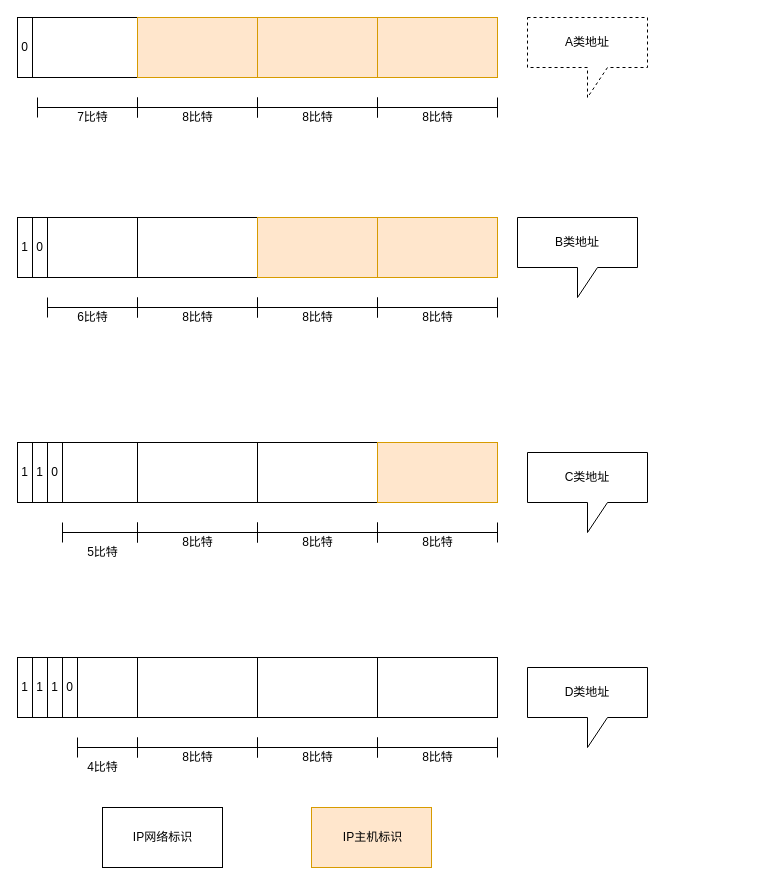
LmyPotato/Image keeps this draw.io diagram as ipType.drawio. Above is the earlier version. Source tidied: cells renumbered, new cells numbered last; positions are measured from the earlier drawing's top-left corner, leaving out a move shared by most shapes. Both pictures are drawn from the tidied source at 100%, with x=0, y=0 at pixel (17, 17).
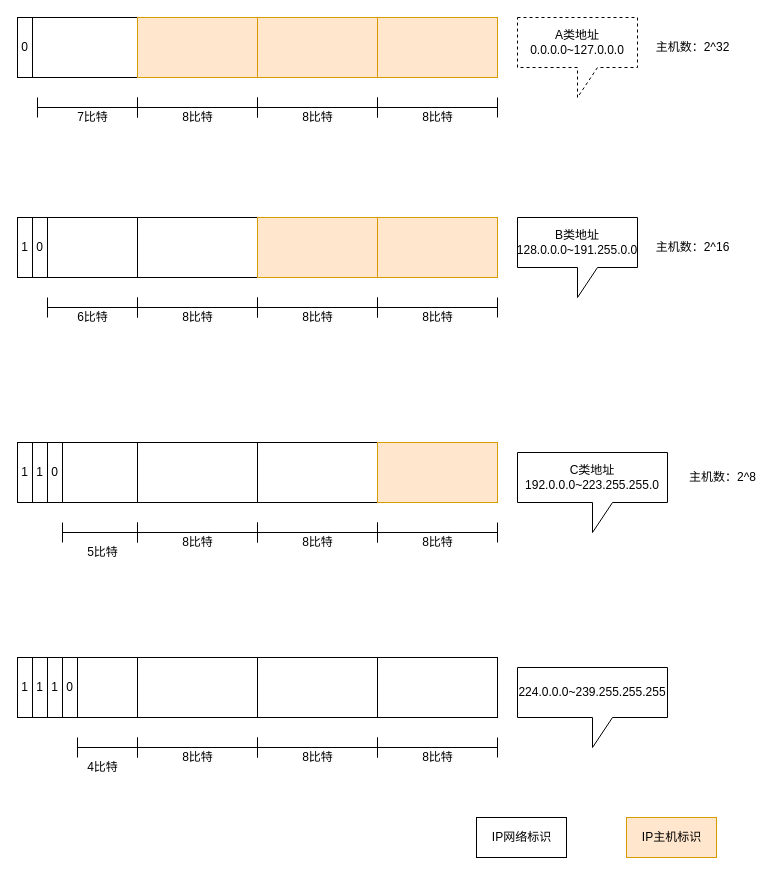
After the change.

The edit, as a diff of the source:
```diff
@@
-    <mxCell id="6" value="A类地址" style="shape=callout;whiteSpace=wrap;html=1;perimeter=calloutPerimeter;dashed=1;" parent="1" vertex="1">
-      <mxGeometry x="510" width="120" height="80" as="geometry" />
+    <mxCell id="6" value="A类地址&lt;br&gt;0.0.0.0~127.0.0.0" style="shape=callout;whiteSpace=wrap;html=1;perimeter=calloutPerimeter;dashed=1;" parent="1" vertex="1">
+      <mxGeometry x="500" width="120" height="80" as="geometry" />
     </mxCell>
@@
-    <mxCell id="30" value="B类地址" style="shape=callout;whiteSpace=wrap;html=1;perimeter=calloutPerimeter;" parent="1" vertex="1">
+    <mxCell id="30" value="B类地址&lt;br&gt;128.0.0.0~191.255.0.0" style="shape=callout;whiteSpace=wrap;html=1;perimeter=calloutPerimeter;" parent="1" vertex="1">
       <mxGeometry x="500" y="200" width="120" height="80" as="geometry" />
     </mxCell>
@@
-    <mxCell id="45" value="C类地址" style="shape=callout;whiteSpace=wrap;html=1;perimeter=calloutPerimeter;" parent="1" vertex="1">
-      <mxGeometry x="510" y="435" width="120" height="80" as="geometry" />
+    <mxCell id="45" value="C类地址&lt;br&gt;192.0.0.0~223.255.255.0" style="shape=callout;whiteSpace=wrap;html=1;perimeter=calloutPerimeter;" parent="1" vertex="1">
+      <mxGeometry x="500" y="435" width="150" height="80" as="geometry" />
     </mxCell>
@@
-    <mxCell id="61" value="D类地址" style="shape=callout;whiteSpace=wrap;html=1;perimeter=calloutPerimeter;" parent="1" vertex="1">
-      <mxGeometry x="510" y="650" width="120" height="80" as="geometry" />
+    <mxCell id="61" value="224.0.0.0~239.255.255.255" style="shape=callout;whiteSpace=wrap;html=1;perimeter=calloutPerimeter;" parent="1" vertex="1">
+      <mxGeometry x="500" y="650" width="150" height="80" as="geometry" />
     </mxCell>
@@
     <mxCell id="64" style="rounded=0;whiteSpace=wrap;html=1;" parent="1" vertex="1">
-      <mxGeometry x="85" y="790" width="120" height="60" as="geometry" />
+      <mxGeometry x="459" y="800" width="90" height="40" as="geometry" />
     </mxCell>
     <mxCell id="65" style="rounded=0;whiteSpace=wrap;html=1;fillColor=#ffe6cc;strokeColor=#d79b00;" parent="1" vertex="1">
-      <mxGeometry x="294" y="790" width="120" height="60" as="geometry" />
+      <mxGeometry x="609" y="800" width="90" height="40" as="geometry" />
     </mxCell>
     <mxCell id="66" value="IP主机标识" style="text;html=1;align=center;verticalAlign=middle;fillColor=none;strokeColor=none;rounded=0;" parent="1" vertex="1">
-      <mxGeometry x="320" y="810" width="70" height="20" as="geometry" />
+      <mxGeometry x="619" y="810" width="70" height="20" as="geometry" />
     </mxCell>
     <mxCell id="67" value="IP网络标识" style="text;html=1;align=center;verticalAlign=middle;fillColor=none;strokeColor=none;rounded=0;" parent="1" vertex="1">
-      <mxGeometry x="110" y="810" width="70" height="20" as="geometry" />
+      <mxGeometry x="469" y="810" width="70" height="20" as="geometry" />
     </mxCell>
+    <mxCell id="68" value="主机数：2^32" style="text;html=1;align=center;verticalAlign=middle;fillColor=none;strokeColor=none;rounded=0;" parent="1" vertex="1">
+      <mxGeometry x="630" y="20" width="90" height="20" as="geometry" />
+    </mxCell>
+    <mxCell id="69" value="主机数：2^16" style="text;html=1;align=center;verticalAlign=middle;fillColor=none;strokeColor=none;rounded=0;" parent="1" vertex="1">
+      <mxGeometry x="630" y="220" width="90" height="20" as="geometry" />
+    </mxCell>
+    <mxCell id="70" value="主机数：2^8" style="text;html=1;align=center;verticalAlign=middle;fillColor=none;strokeColor=none;rounded=0;" parent="1" vertex="1">
+      <mxGeometry x="665" y="450" width="80" height="20" as="geometry" />
+    </mxCell>
```
